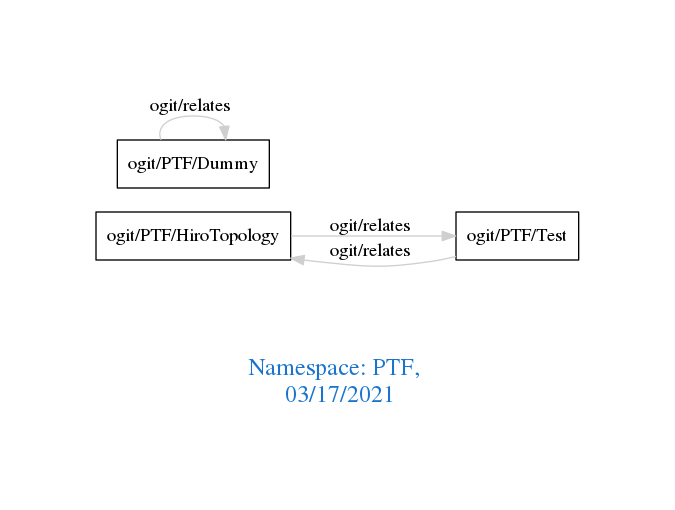
Above: downloads/PTF.png in arago/OGIT (Graphviz), before the change. Its source is kept beside it as downloads/PTF.dot.
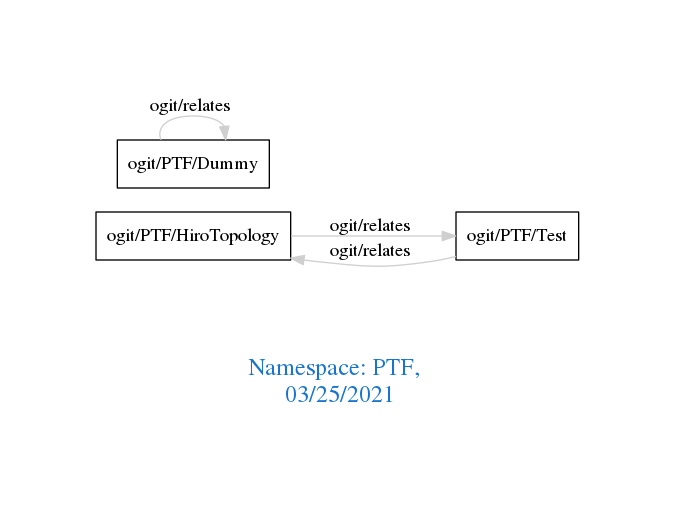
After the commit.

Diff of the diagram source:
```diff
@@ -1,7 +1,7 @@
 digraph OGIT_ontology {
  graph [ rankdir= LR,pad=1
 fontsize = 18,
-fontcolor= dodgerblue3,label = "\n\n\nNamespace: PTF, \n 03/17/2021"];
+fontcolor= dodgerblue3,label = "\n\n\nNamespace: PTF, \n 03/25/2021"];
 node[shape=polygon];
 edge [  color="gray81"];
 
```
